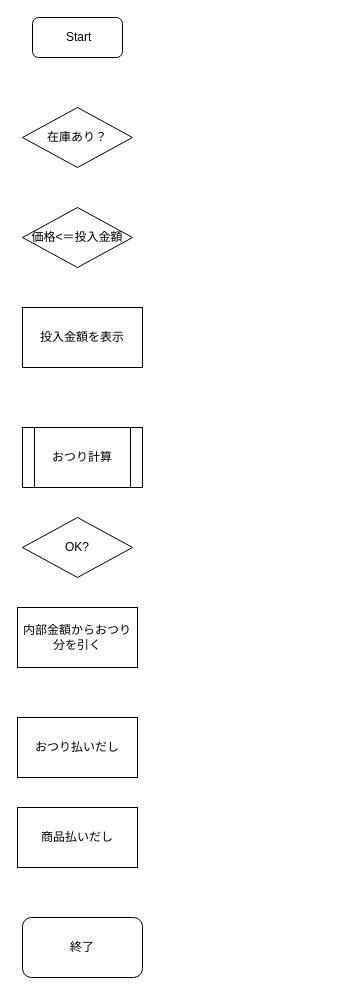
Before: vendingmachine.drawio in ryutochogo/ryutochogo.github.io, a draw.io diagram. Source tidied: cells renumbered, new cells numbered last; positions are measured from the earlier drawing's top-left corner, leaving out a move shared by most shapes. Both pictures are drawn from the tidied source at 100%, with x=0, y=0 at pixel (17, 17).
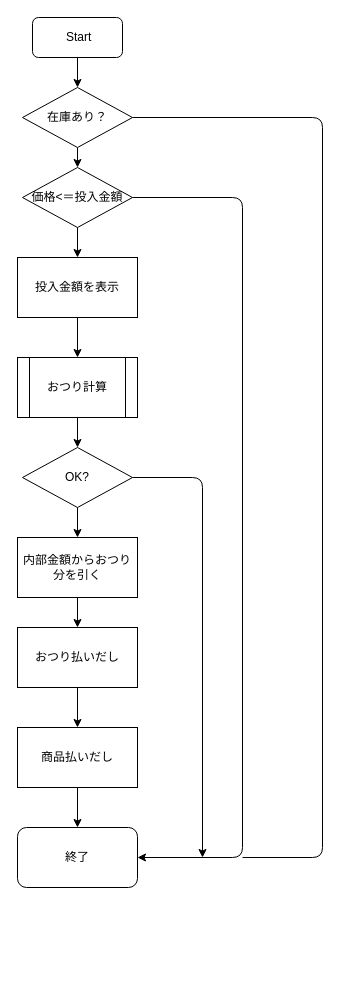
The same diagram, later.

The change refers to these unchanged cells:
```xml
<mxCell id="2" value="&amp;nbsp;Start" style="rounded=1;whiteSpace=wrap;html=1;" parent="1" vertex="1">
  <mxGeometry x="15" width="90" height="40" as="geometry" />
</mxCell>
```

What changed in the source:
```diff
@@
+    <mxCell id="12" style="edgeStyle=orthogonalEdgeStyle;rounded=0;jettySize=auto;html=1;exitX=0.5;exitY=1;exitDx=0;exitDy=0;entryX=0.5;entryY=0;entryDx=0;entryDy=0;" parent="1" edge="1" source="2" target="3">
+      <mxGeometry relative="1" as="geometry" />
+    </mxCell>
@@
+    <mxCell id="13" style="edgeStyle=orthogonalEdgeStyle;rounded=0;jettySize=auto;html=1;exitX=0.5;exitY=1;exitDx=0;exitDy=0;entryX=0.5;entryY=0;entryDx=0;entryDy=0;" parent="1" edge="1" source="3" target="4">
+      <mxGeometry relative="1" as="geometry" />
+    </mxCell>
     <mxCell id="3" value="在庫あり？" style="rhombus;whiteSpace=wrap;html=1;" parent="1" vertex="1">
-      <mxGeometry x="5" y="90" width="110" height="60" as="geometry" />
+      <mxGeometry x="5" y="70" width="110" height="60" as="geometry" />
     </mxCell>
     <mxCell id="4" value="価格&amp;lt;＝投入金額" style="rhombus;whiteSpace=wrap;html=1;" parent="1" vertex="1">
-      <mxGeometry x="5" y="190" width="110" height="60" as="geometry" />
+      <mxGeometry x="5" y="150" width="110" height="60" as="geometry" />
     </mxCell>
     <mxCell id="5" value="投入金額を表示" style="rounded=0;whiteSpace=wrap;html=1;" parent="1" vertex="1">
-      <mxGeometry x="5" y="290" width="120" height="60" as="geometry" />
+      <mxGeometry y="240" width="120" height="60" as="geometry" />
     </mxCell>
     <mxCell id="6" value="おつり計算" style="shape=process;whiteSpace=wrap;html=1;backgroundOutline=1;" parent="1" vertex="1">
-      <mxGeometry x="5" y="410" width="120" height="60" as="geometry" />
+      <mxGeometry y="340" width="120" height="60" as="geometry" />
     </mxCell>
     <mxCell id="7" value="OK?" style="rhombus;whiteSpace=wrap;html=1;" parent="1" vertex="1">
-      <mxGeometry x="5" y="500" width="110" height="60" as="geometry" />
+      <mxGeometry x="5" y="430" width="110" height="60" as="geometry" />
     </mxCell>
     <mxCell id="8" value="内部金額からおつり分を引く" style="rounded=0;whiteSpace=wrap;html=1;" parent="1" vertex="1">
-      <mxGeometry y="590" width="120" height="60" as="geometry" />
+      <mxGeometry y="520" width="120" height="60" as="geometry" />
     </mxCell>
     <mxCell id="9" value="おつり払いだし" style="rounded=0;whiteSpace=wrap;html=1;" parent="1" vertex="1">
-      <mxGeometry y="700" width="120" height="60" as="geometry" />
+      <mxGeometry y="610" width="120" height="60" as="geometry" />
     </mxCell>
     <mxCell id="10" value="商品払いだし" style="rounded=0;whiteSpace=wrap;html=1;" parent="1" vertex="1">
-      <mxGeometry y="790" width="120" height="60" as="geometry" />
+      <mxGeometry y="710" width="120" height="60" as="geometry" />
     </mxCell>
     <mxCell id="11" value="終了" style="rounded=1;whiteSpace=wrap;html=1;" parent="1" vertex="1">
-      <mxGeometry x="5" y="900" width="120" height="60" as="geometry" />
+      <mxGeometry y="810" width="120" height="60" as="geometry" />
     </mxCell>
+    <mxCell id="14" style="endArrow=classic;html=1;exitX=0.5;exitY=1;exitDx=0;exitDy=0;entryX=0.5;entryY=0;entryDx=0;entryDy=0;" parent="1" edge="1" source="5" target="6">
+      <mxGeometry relative="1" as="geometry" />
+    </mxCell>
+    <mxCell id="15" style="endArrow=classic;html=1;exitX=0.5;exitY=1;exitDx=0;exitDy=0;entryX=0.5;entryY=0;entryDx=0;entryDy=0;" parent="1" edge="1" source="4" target="5">
+      <mxGeometry relative="1" as="geometry" />
+    </mxCell>
+    <mxCell id="16" style="endArrow=classic;html=1;exitX=0.5;exitY=1;exitDx=0;exitDy=0;entryX=0.5;entryY=0;entryDx=0;entryDy=0;" parent="1" edge="1" source="6" target="7">
+      <mxGeometry relative="1" as="geometry" />
+    </mxCell>
+    <mxCell id="17" style="endArrow=classic;html=1;exitX=0.5;exitY=1;exitDx=0;exitDy=0;entryX=0.5;entryY=0;entryDx=0;entryDy=0;" parent="1" edge="1" source="7" target="8">
+      <mxGeometry relative="1" as="geometry" />
+    </mxCell>
+    <mxCell id="18" style="endArrow=classic;html=1;exitX=0.5;exitY=1;exitDx=0;exitDy=0;entryX=0.5;entryY=0;entryDx=0;entryDy=0;" parent="1" edge="1" source="8" target="9">
+      <mxGeometry relative="1" as="geometry" />
+    </mxCell>
+    <mxCell id="19" style="endArrow=classic;html=1;exitX=0.5;exitY=1;exitDx=0;exitDy=0;entryX=0.5;entryY=0;entryDx=0;entryDy=0;" parent="1" edge="1" source="9" target="10">
+      <mxGeometry relative="1" as="geometry" />
+    </mxCell>
+    <mxCell id="20" style="endArrow=classic;html=1;exitX=0.5;exitY=1;exitDx=0;exitDy=0;" parent="1" edge="1" source="10" target="11">
+      <mxGeometry relative="1" as="geometry" />
+    </mxCell>
+    <mxCell id="21" style="endArrow=classic;html=1;exitX=1;exitY=0.5;exitDx=0;exitDy=0;entryX=1;entryY=0.5;entryDx=0;entryDy=0;" parent="1" edge="1" source="4" target="11">
+      <mxGeometry relative="1" as="geometry">
+        <Array as="points">
+          <mxPoint x="225" y="180" />
+          <mxPoint x="225" y="840" />
+        </Array>
+      </mxGeometry>
+    </mxCell>
+    <mxCell id="22" style="endArrow=classic;html=1;exitX=1;exitY=0.5;exitDx=0;exitDy=0;" parent="1" edge="1" source="7">
+      <mxGeometry relative="1" as="geometry">
+        <mxPoint x="185" y="840" as="targetPoint" />
+        <Array as="points">
+          <mxPoint x="185" y="460" />
+        </Array>
+      </mxGeometry>
+    </mxCell>
+    <mxCell id="23" style="endArrow=none;html=1;exitX=1;exitY=0.5;exitDx=0;exitDy=0;" parent="1" edge="1" source="3">
+      <mxGeometry relative="1" as="geometry">
+        <mxPoint x="225" y="840" as="targetPoint" />
+        <Array as="points">
+          <mxPoint x="305" y="100" />
+          <mxPoint x="305" y="840" />
+        </Array>
+      </mxGeometry>
+    </mxCell>
```
